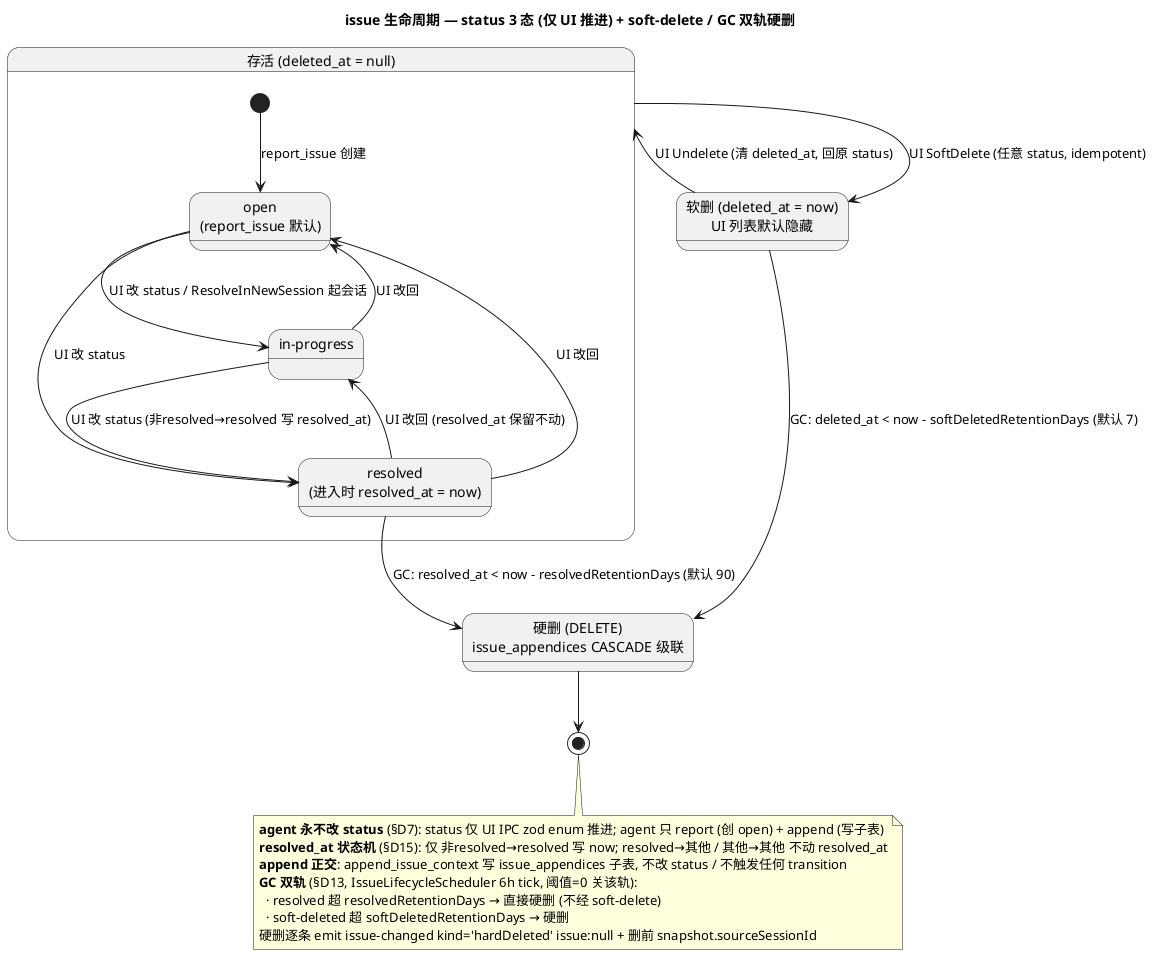
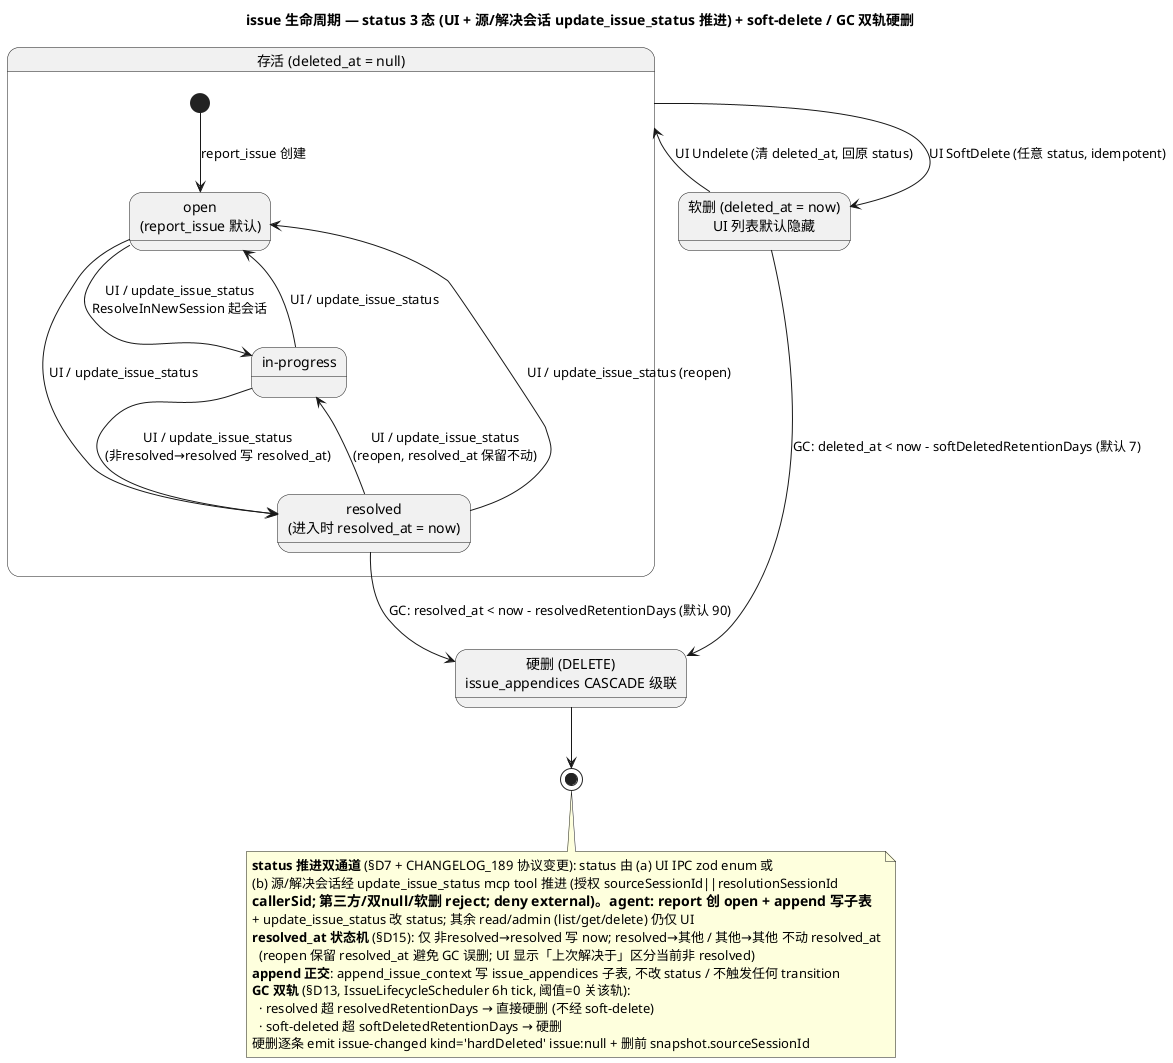
- ' description: issue 生命周期 state machine — status 3 态 (UI 推进) + soft-delete / GC 双轨硬删
- ' last_updated: 2026-05-30
+ ' description: issue 生命周期 state machine — status 3 态 (UI + 源/解决会话推进) + soft-delete / GC 双轨硬删
+ ' last_updated: 2026-05-31
@startuml issue-tracker-state-machine

- title issue 生命周期 — status 3 态 (仅 UI 推进) + soft-delete / GC 双轨硬删
+ title issue 生命周期 — status 3 态 (UI + 源/解决会话 update_issue_status 推进) + soft-delete / GC 双轨硬删

- ' status (open/in-progress/resolved) 与 deleted_at 正交; agent 永不改 status §D7
+ ' status (open/in-progress/resolved) 与 deleted_at 正交
+ ' status 推进: UI IPC OR 源/解决会话经 update_issue_status mcp tool (§D7 + CHANGELOG_189)
' 详细 transition test (8 case) / REVIEW 见 INDEX 第 3 列

state "存活 (deleted_at = null)" as Live {
  state "open\n(report_issue 默认)" as Open
  state "in-progress" as InProgress
  state "resolved\n(进入时 resolved_at = now)" as Resolved

  [*] --> Open : report_issue 创建
-   Open --> InProgress : UI 改 status / ResolveInNewSession 起会话
-   Open --> Resolved : UI 改 status
-   InProgress --> Resolved : UI 改 status (非resolved→resolved 写 resolved_at)
-   Resolved --> InProgress : UI 改回 (resolved_at 保留不动)
-   Resolved --> Open : UI 改回
-   InProgress --> Open : UI 改回
+   Open --> InProgress : UI / update_issue_status\nResolveInNewSession 起会话
+   Open --> Resolved : UI / update_issue_status
+   InProgress --> Resolved : UI / update_issue_status\n(非resolved→resolved 写 resolved_at)
+   Resolved --> InProgress : UI / update_issue_status\n(reopen, resolved_at 保留不动)
+   Resolved --> Open : UI / update_issue_status (reopen)
+   InProgress --> Open : UI / update_issue_status
}

state "软删 (deleted_at = now)\nUI 列表默认隐藏" as SoftDeleted
state "硬删 (DELETE)\nissue_appendices CASCADE 级联" as HardDeleted

Live --> SoftDeleted : UI SoftDelete (任意 status, idempotent)
SoftDeleted --> Live : UI Undelete (清 deleted_at, 回原 status)
SoftDeleted --> HardDeleted : GC: deleted_at < now - softDeletedRetentionDays (默认 7)
Resolved --> HardDeleted : GC: resolved_at < now - resolvedRetentionDays (默认 90)
HardDeleted --> [*]

note bottom
-   **agent 永不改 status** (§D7): status 仅 UI IPC zod enum 推进; agent 只 report (创 open) + append (写子表)
+   **status 推进双通道** (§D7 + CHANGELOG_189 协议变更): status 由 (a) UI IPC zod enum 或
+   (b) 源/解决会话经 update_issue_status mcp tool 推进 (授权 sourceSessionId||resolutionSessionId
+   === callerSid; 第三方/双null/软删 reject; deny external)。agent: report 创 open + append 写子表
+   + update_issue_status 改 status; 其余 read/admin (list/get/delete) 仍仅 UI
  **resolved_at 状态机** (§D15): 仅 非resolved→resolved 写 now; resolved→其他 / 其他→其他 不动 resolved_at
+     (reopen 保留 resolved_at 避免 GC 误删; UI 显示「上次解决于」区分当前非 resolved)
  **append 正交**: append_issue_context 写 issue_appendices 子表, 不改 status / 不触发任何 transition
  **GC 双轨** (§D13, IssueLifecycleScheduler 6h tick, 阈值=0 关该轨):
    · resolved 超 resolvedRetentionDays → 直接硬删 (不经 soft-delete)
    · soft-deleted 超 softDeletedRetentionDays → 硬删
  硬删逐条 emit issue-changed kind='hardDeleted' issue:null + 删前 snapshot.sourceSessionId
end note

@enduml
